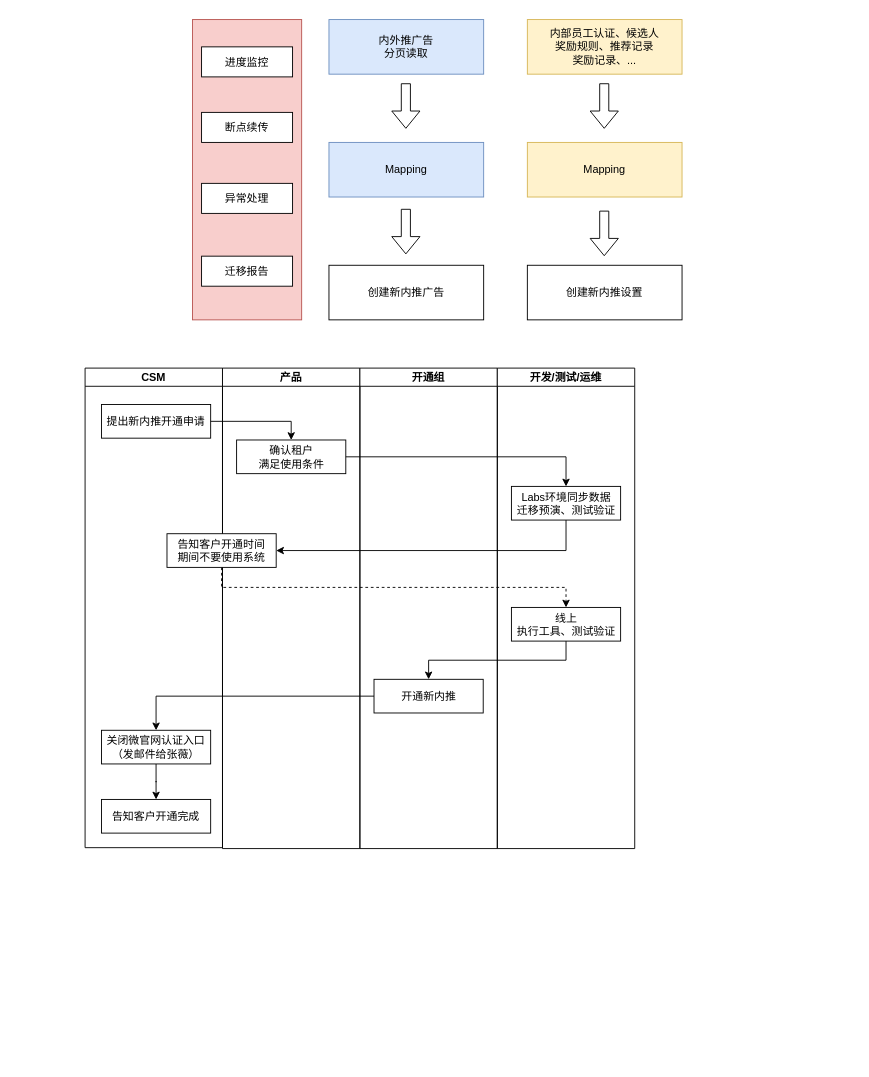
Above: 内外推架构.drawio in Lucas20029/A-Beisen-MicroSite-Diagrams (draw.io), before the change. Source tidied: cells renumbered, new cells numbered last; positions are measured from the earlier drawing's top-left corner, leaving out a move shared by most shapes. Both pictures are drawn from the tidied source at 91%, with x=0, y=0 at pixel (85, 19).
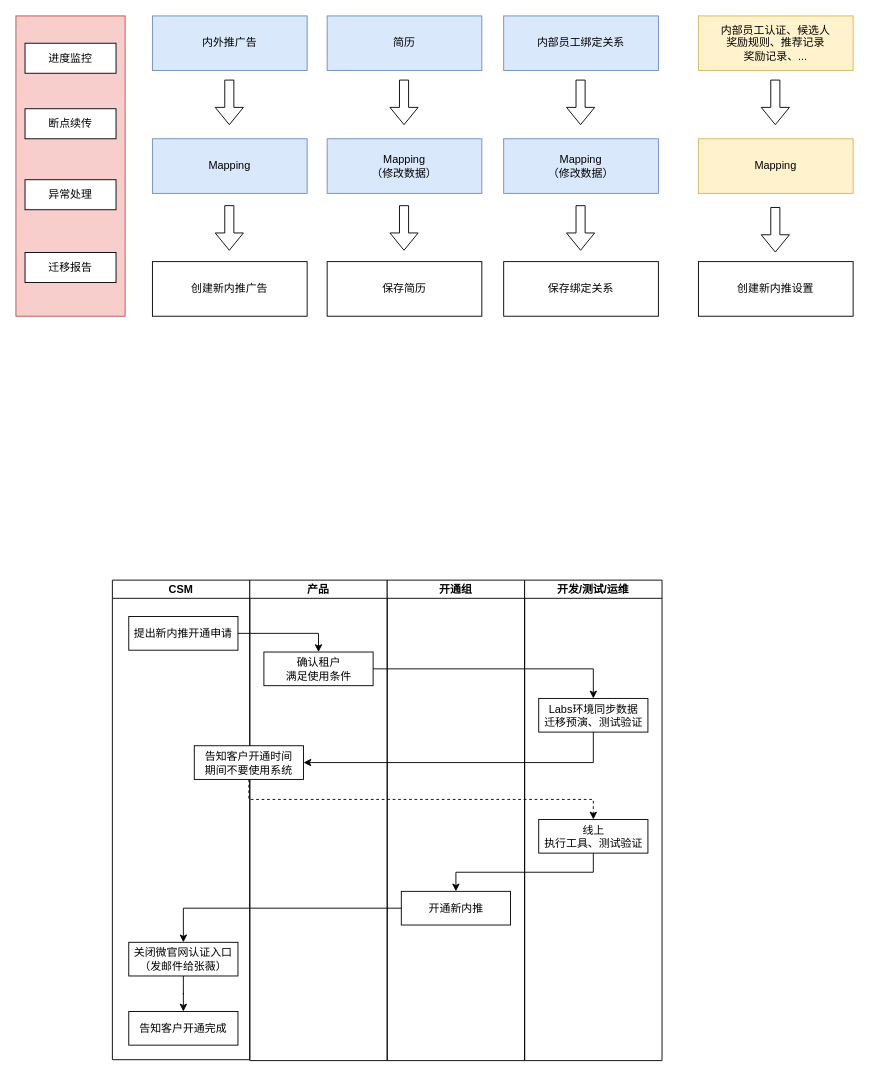
After the change.

Commit message:
Update 内外推架构.drawio

Diff of the diagram source:
```diff
@@
     <mxCell id="2" value="&lt;br&gt;&lt;br&gt;&lt;br&gt;&lt;br&gt;&lt;br&gt;&lt;br&gt;" style="rounded=0;whiteSpace=wrap;html=1;fillColor=#f8cecc;strokeColor=#b85450;" parent="1" vertex="1">
-      <mxGeometry x="118" width="120" height="330" as="geometry" />
+      <mxGeometry x="-76" y="-4" width="120" height="330" as="geometry" />
     </mxCell>
-    <mxCell id="3" value="内外推广告&lt;br&gt;分页读取" style="rounded=0;whiteSpace=wrap;html=1;fillColor=#dae8fc;strokeColor=#6c8ebf;" parent="1" vertex="1">
-      <mxGeometry x="268" width="170" height="60" as="geometry" />
+    <mxCell id="3" value="内外推广告" style="rounded=0;whiteSpace=wrap;html=1;fillColor=#dae8fc;strokeColor=#6c8ebf;" parent="1" vertex="1">
+      <mxGeometry x="74" y="-4" width="170" height="60" as="geometry" />
     </mxCell>
     <mxCell id="4" value="Mapping" style="rounded=0;whiteSpace=wrap;html=1;fillColor=#dae8fc;strokeColor=#6c8ebf;" parent="1" vertex="1">
-      <mxGeometry x="268" y="135" width="170" height="60" as="geometry" />
+      <mxGeometry x="74" y="131" width="170" height="60" as="geometry" />
     </mxCell>
     <mxCell id="5" value="创建新内推广告" style="rounded=0;whiteSpace=wrap;html=1;" parent="1" vertex="1">
-      <mxGeometry x="268" y="270" width="170" height="60" as="geometry" />
+      <mxGeometry x="74" y="266" width="170" height="60" as="geometry" />
     </mxCell>
     <mxCell id="6" value="内部员工认证、候选人&lt;br&gt;奖励规则、推荐记录&lt;br&gt;奖励记录、..." style="rounded=0;whiteSpace=wrap;html=1;fillColor=#fff2cc;strokeColor=#d6b656;" parent="1" vertex="1">
-      <mxGeometry x="486" width="170" height="60" as="geometry" />
+      <mxGeometry x="674" y="-4" width="170" height="60" as="geometry" />
     </mxCell>
     <mxCell id="7" value="Mapping" style="rounded=0;whiteSpace=wrap;html=1;fillColor=#fff2cc;strokeColor=#d6b656;" parent="1" vertex="1">
-      <mxGeometry x="486" y="135" width="170" height="60" as="geometry" />
+      <mxGeometry x="674" y="131" width="170" height="60" as="geometry" />
     </mxCell>
     <mxCell id="8" value="创建新内推设置" style="rounded=0;whiteSpace=wrap;html=1;" parent="1" vertex="1">
-      <mxGeometry x="486" y="270" width="170" height="60" as="geometry" />
+      <mxGeometry x="674" y="266" width="170" height="60" as="geometry" />
     </mxCell>
     <mxCell id="9" value="&lt;span&gt;进度监控&lt;/span&gt;" style="rounded=0;whiteSpace=wrap;html=1;" parent="1" vertex="1">
-      <mxGeometry x="128" y="30" width="100" height="33" as="geometry" />
+      <mxGeometry x="-66" y="26" width="100" height="33" as="geometry" />
     </mxCell>
     <mxCell id="10" value="断点续传" style="rounded=0;whiteSpace=wrap;html=1;" parent="1" vertex="1">
-      <mxGeometry x="128" y="102" width="100" height="33" as="geometry" />
+      <mxGeometry x="-66" y="98" width="100" height="33" as="geometry" />
     </mxCell>
     <mxCell id="11" value="异常处理" style="rounded=0;whiteSpace=wrap;html=1;" parent="1" vertex="1">
-      <mxGeometry x="128" y="180" width="100" height="33" as="geometry" />
+      <mxGeometry x="-66" y="176" width="100" height="33" as="geometry" />
     </mxCell>
     <mxCell id="12" value="迁移报告" style="rounded=0;whiteSpace=wrap;html=1;" parent="1" vertex="1">
-      <mxGeometry x="128" y="260" width="100" height="33" as="geometry" />
+      <mxGeometry x="-66" y="256" width="100" height="33" as="geometry" />
     </mxCell>
     <mxCell id="13" style="shape=flexArrow;endArrow=classic;html=1;" parent="1" edge="1">
       <mxGeometry relative="1" as="geometry">
-        <mxPoint x="352.5" y="70" as="sourcePoint" />
-        <mxPoint x="352.5" y="120" as="targetPoint" />
+        <mxPoint x="158.5" y="66" as="sourcePoint" />
+        <mxPoint x="158.5" y="116" as="targetPoint" />
       </mxGeometry>
     </mxCell>
     <mxCell id="14" style="shape=flexArrow;endArrow=classic;html=1;" parent="1" edge="1">
       <mxGeometry relative="1" as="geometry">
-        <mxPoint x="570.5" y="70" as="sourcePoint" />
-        <mxPoint x="570.5" y="120" as="targetPoint" />
+        <mxPoint x="758.5" y="66" as="sourcePoint" />
+        <mxPoint x="758.5" y="116" as="targetPoint" />
       </mxGeometry>
     </mxCell>
     <mxCell id="15" style="shape=flexArrow;endArrow=classic;html=1;" parent="1" edge="1">
       <mxGeometry relative="1" as="geometry">
-        <mxPoint x="352.5" y="208" as="sourcePoint" />
-        <mxPoint x="352.5" y="258" as="targetPoint" />
+        <mxPoint x="158.5" y="204" as="sourcePoint" />
+        <mxPoint x="158.5" y="254" as="targetPoint" />
       </mxGeometry>
     </mxCell>
     <mxCell id="16" style="shape=flexArrow;endArrow=classic;html=1;" parent="1" edge="1">
       <mxGeometry relative="1" as="geometry">
-        <mxPoint x="570.5" y="210" as="sourcePoint" />
-        <mxPoint x="570.5" y="260" as="targetPoint" />
+        <mxPoint x="758.5" y="206" as="sourcePoint" />
+        <mxPoint x="758.5" y="256" as="targetPoint" />
       </mxGeometry>
     </mxCell>
     <mxCell id="17" value="CSM" style="swimlane;startSize=20;" parent="1" vertex="1">
-      <mxGeometry y="383" width="151" height="527" as="geometry" />
+      <mxGeometry x="30" y="616" width="151" height="527" as="geometry" />
     </mxCell>
@@
     <mxCell id="22" value="产品" style="swimlane;startSize=20;" parent="1" vertex="1">
-      <mxGeometry x="151" y="383" width="151" height="528" as="geometry" />
+      <mxGeometry x="181" y="616" width="151" height="528" as="geometry" />
     </mxCell>
@@
     <mxCell id="24" value="开通组" style="swimlane;startSize=20;" parent="1" vertex="1">
-      <mxGeometry x="302" y="383" width="151" height="528" as="geometry" />
+      <mxGeometry x="332" y="616" width="151" height="528" as="geometry" />
     </mxCell>
@@
     <mxCell id="26" value="开发/测试/运维" style="swimlane;startSize=20;" parent="1" vertex="1">
-      <mxGeometry x="453" y="383" width="151" height="528" as="geometry" />
+      <mxGeometry x="483" y="616" width="151" height="528" as="geometry" />
     </mxCell>
@@
     <mxCell id="33" value="告知客户开通时间&lt;br&gt;期间不要使用系统" style="rounded=0;whiteSpace=wrap;html=1;" parent="1" vertex="1">
-      <mxGeometry x="90" y="565" width="120" height="37" as="geometry" />
+      <mxGeometry x="120" y="798" width="120" height="37" as="geometry" />
     </mxCell>
@@
+    <mxCell id="36" value="简历" style="rounded=0;whiteSpace=wrap;html=1;fillColor=#dae8fc;strokeColor=#6c8ebf;" parent="1" vertex="1">
+      <mxGeometry x="266" y="-4" width="170" height="60" as="geometry" />
+    </mxCell>
+    <mxCell id="37" value="Mapping&lt;br&gt;（修改数据）" style="rounded=0;whiteSpace=wrap;html=1;fillColor=#dae8fc;strokeColor=#6c8ebf;" parent="1" vertex="1">
+      <mxGeometry x="266" y="131" width="170" height="60" as="geometry" />
+    </mxCell>
+    <mxCell id="38" value="保存简历" style="rounded=0;whiteSpace=wrap;html=1;" parent="1" vertex="1">
+      <mxGeometry x="266" y="266" width="170" height="60" as="geometry" />
+    </mxCell>
+    <mxCell id="39" style="shape=flexArrow;endArrow=classic;html=1;" parent="1" edge="1">
+      <mxGeometry relative="1" as="geometry">
+        <mxPoint x="350.5" y="66" as="sourcePoint" />
+        <mxPoint x="350.5" y="116" as="targetPoint" />
+      </mxGeometry>
+    </mxCell>
+    <mxCell id="40" style="shape=flexArrow;endArrow=classic;html=1;" parent="1" edge="1">
+      <mxGeometry relative="1" as="geometry">
+        <mxPoint x="350.5" y="204" as="sourcePoint" />
+        <mxPoint x="350.5" y="254" as="targetPoint" />
+      </mxGeometry>
+    </mxCell>
+    <mxCell id="41" value="内部员工绑定关系" style="rounded=0;whiteSpace=wrap;html=1;fillColor=#dae8fc;strokeColor=#6c8ebf;" parent="1" vertex="1">
+      <mxGeometry x="460" y="-4" width="170" height="60" as="geometry" />
+    </mxCell>
+    <mxCell id="42" value="Mapping&lt;br&gt;（修改数据）" style="rounded=0;whiteSpace=wrap;html=1;fillColor=#dae8fc;strokeColor=#6c8ebf;" parent="1" vertex="1">
+      <mxGeometry x="460" y="131" width="170" height="60" as="geometry" />
+    </mxCell>
+    <mxCell id="43" value="保存绑定关系" style="rounded=0;whiteSpace=wrap;html=1;" parent="1" vertex="1">
+      <mxGeometry x="460" y="266" width="170" height="60" as="geometry" />
+    </mxCell>
+    <mxCell id="44" style="shape=flexArrow;endArrow=classic;html=1;" parent="1" edge="1">
+      <mxGeometry relative="1" as="geometry">
+        <mxPoint x="544.5" y="66" as="sourcePoint" />
+        <mxPoint x="544.5" y="116" as="targetPoint" />
+      </mxGeometry>
+    </mxCell>
+    <mxCell id="45" style="shape=flexArrow;endArrow=classic;html=1;" parent="1" edge="1">
+      <mxGeometry relative="1" as="geometry">
+        <mxPoint x="544.5" y="204" as="sourcePoint" />
+        <mxPoint x="544.5" y="254" as="targetPoint" />
+      </mxGeometry>
+    </mxCell>
```
